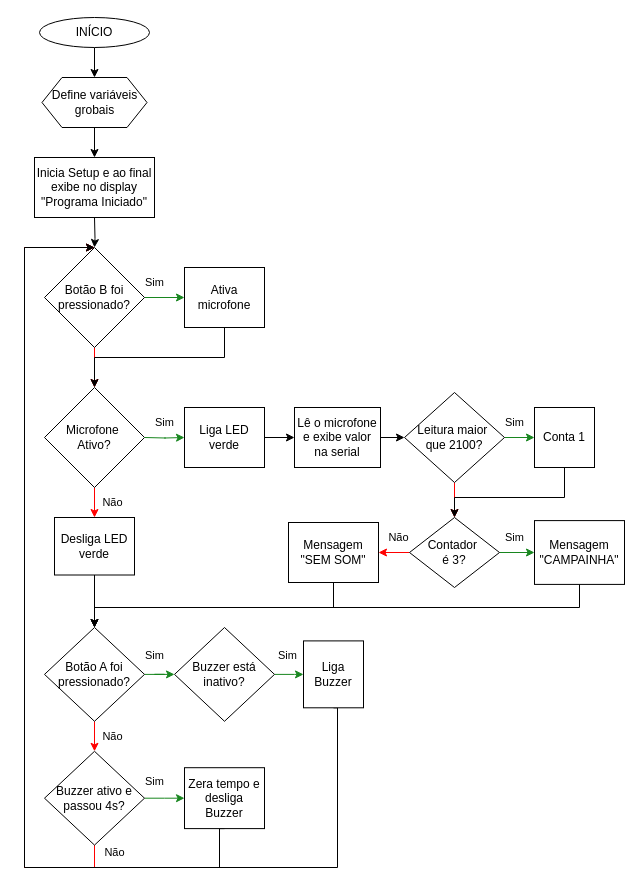
The draw.io diagram Diagrama sem nome.drawio in anaclassen/Irriga_familiar, before the edit. Source tidied: cells renumbered, new cells numbered last; positions are measured from the earlier drawing's top-left corner, leaving out a move shared by most shapes. Both pictures are drawn from the tidied source at 100%, with x=0, y=0 at pixel (24, 17).
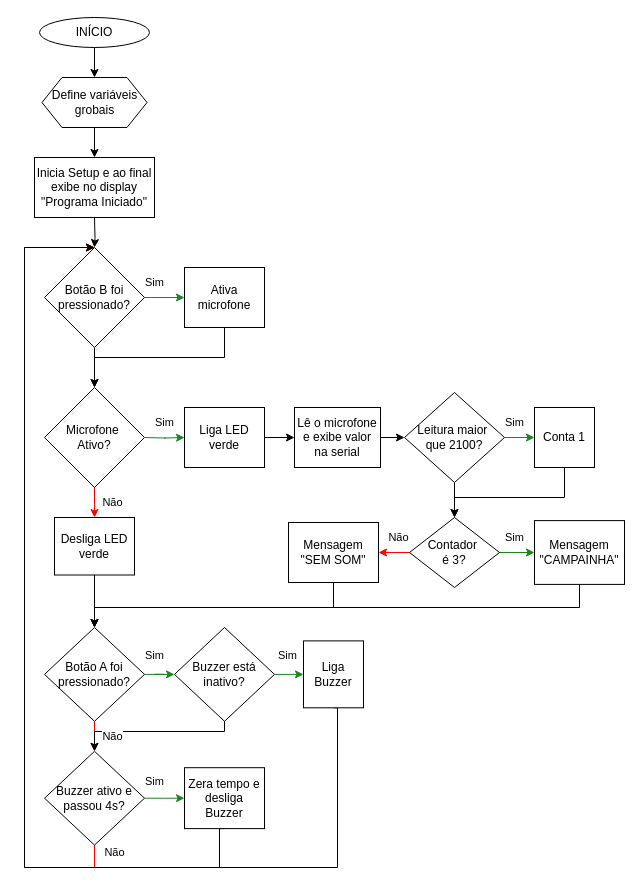
The same diagram, later.

The change refers to these unchanged cells:
```xml
<mxCell id="10" value="Botão B foi pressionado?" style="rhombus;whiteSpace=wrap;html=1;" parent="1" vertex="1">
  <mxGeometry x="20" y="230" width="100" height="100" as="geometry" />
</mxCell>
<mxCell id="15" value="Microfone&amp;nbsp;&lt;div&gt;Ativo?&lt;/div&gt;" style="rhombus;whiteSpace=wrap;html=1;" parent="1" vertex="1">
  <mxGeometry x="20" y="370" width="100" height="100" as="geometry" />
</mxCell>
<mxCell id="24" value="Leitura maior&amp;nbsp;&lt;div&gt;que 2100?&lt;/div&gt;" style="rhombus;whiteSpace=wrap;html=1;" parent="1" vertex="1">
  <mxGeometry x="380" y="375" width="100" height="90" as="geometry" />
</mxCell>
<mxCell id="30" value="Contador&amp;nbsp;&lt;div&gt;é 3?&lt;/div&gt;" style="rhombus;whiteSpace=wrap;html=1;" parent="1" vertex="1">
  <mxGeometry x="385" y="500" width="90" height="70" as="geometry" />
</mxCell>
<mxCell id="44" value="Buzzer está inativo?" style="rhombus;whiteSpace=wrap;html=1;" parent="1" vertex="1">
  <mxGeometry x="150" y="610" width="100" height="93.8" as="geometry" />
</mxCell>
<mxCell id="51" value="Buzzer ativo e passou 4s?" style="rhombus;whiteSpace=wrap;html=1;" parent="1" vertex="1">
  <mxGeometry x="20" y="733.8" width="100" height="93.8" as="geometry" />
</mxCell>
```

Change to the diagram source:
```diff
@@
-    <mxCell id="9" style="edgeStyle=orthogonalEdgeStyle;shape=connector;rounded=0;jettySize=auto;html=1;strokeColor=#FF0000;align=center;verticalAlign=middle;fontFamily=Helvetica;fontSize=11;fontColor=default;labelBackgroundColor=default;endArrow=classic;" parent="1" edge="1" source="10" target="15">
+    <mxCell id="9" style="edgeStyle=orthogonalEdgeStyle;shape=connector;rounded=0;jettySize=auto;html=1;strokeColor=#000000;align=center;verticalAlign=middle;fontFamily=Helvetica;fontSize=11;fontColor=default;labelBackgroundColor=default;endArrow=classic;" parent="1" edge="1" source="10" target="15">
       <mxGeometry relative="1" as="geometry" />
     </mxCell>
@@
-    <mxCell id="23" style="edgeStyle=orthogonalEdgeStyle;shape=connector;rounded=0;jettySize=auto;html=1;strokeColor=#FF0000;align=center;verticalAlign=middle;fontFamily=Helvetica;fontSize=11;fontColor=default;labelBackgroundColor=default;endArrow=classic;" parent="1" edge="1" source="24" target="30">
+    <mxCell id="23" style="edgeStyle=orthogonalEdgeStyle;shape=connector;rounded=0;jettySize=auto;html=1;strokeColor=#000000;align=center;verticalAlign=middle;fontFamily=Helvetica;fontSize=11;fontColor=default;labelBackgroundColor=default;endArrow=classic;" parent="1" edge="1" source="24" target="30">
       <mxGeometry relative="1" as="geometry" />
     </mxCell>
@@
+    <mxCell id="57" style="edgeStyle=orthogonalEdgeStyle;shape=connector;rounded=0;jettySize=auto;html=1;exitX=0.5;exitY=1;exitDx=0;exitDy=0;entryX=0.5;entryY=0;entryDx=0;entryDy=0;strokeColor=default;align=center;verticalAlign=middle;fontFamily=Helvetica;fontSize=11;fontColor=default;labelBackgroundColor=default;endArrow=classic;" parent="1" edge="1" source="44" target="51">
+      <mxGeometry relative="1" as="geometry">
+        <Array as="points">
+          <mxPoint x="200" y="714" />
+          <mxPoint x="70" y="714" />
+        </Array>
+      </mxGeometry>
+    </mxCell>
```
